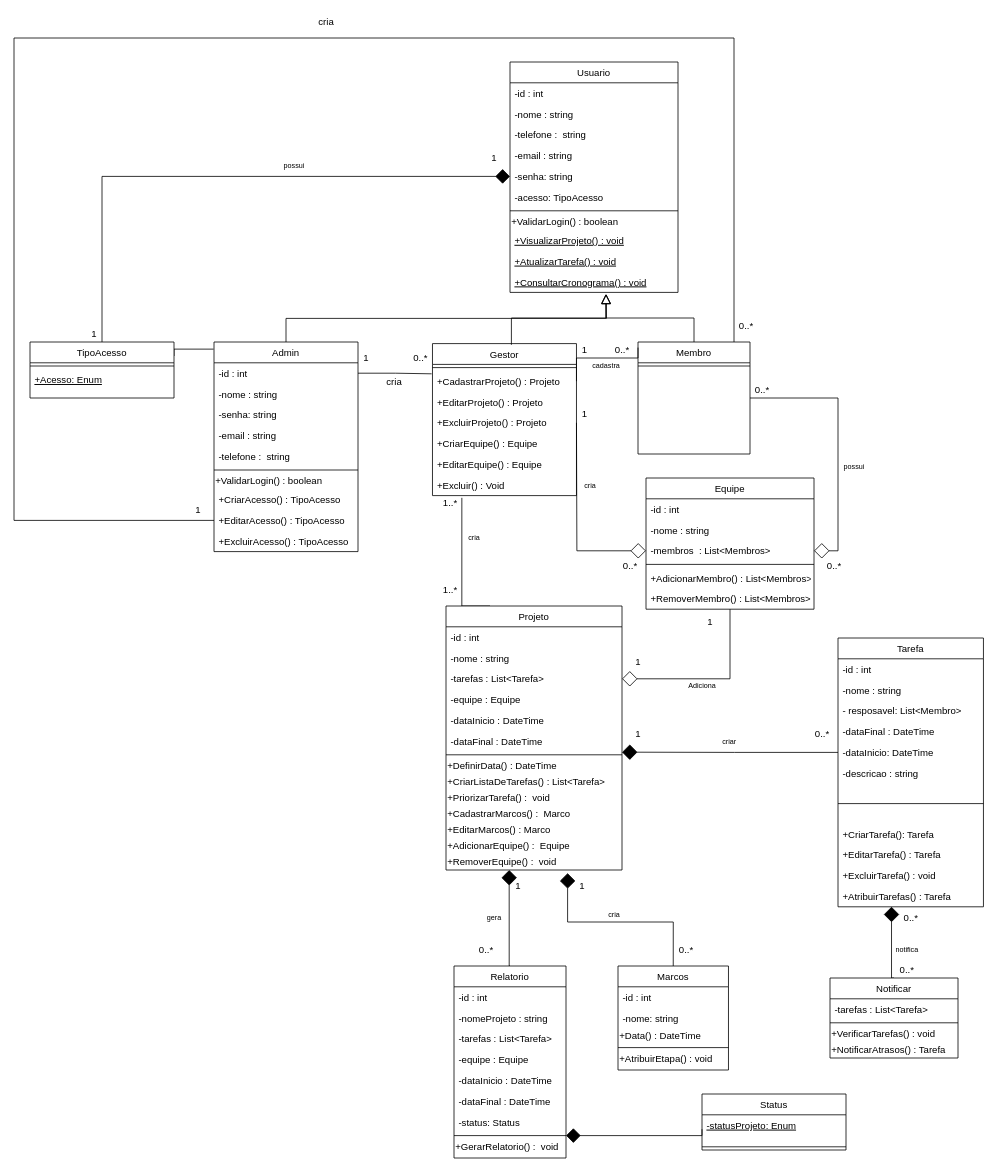
leoonn/Diagrama-de-classes keeps this draw.io diagram as Diagrama de classes/Diagrama de classes Tcc.drawio. Above is the earlier version. Source tidied: cells renumbered, new cells numbered last; positions are measured from the earlier drawing's top-left corner, leaving out a move shared by most shapes. Both pictures are drawn from the tidied source at 80%, with x=0, y=0 at pixel (14, 14).
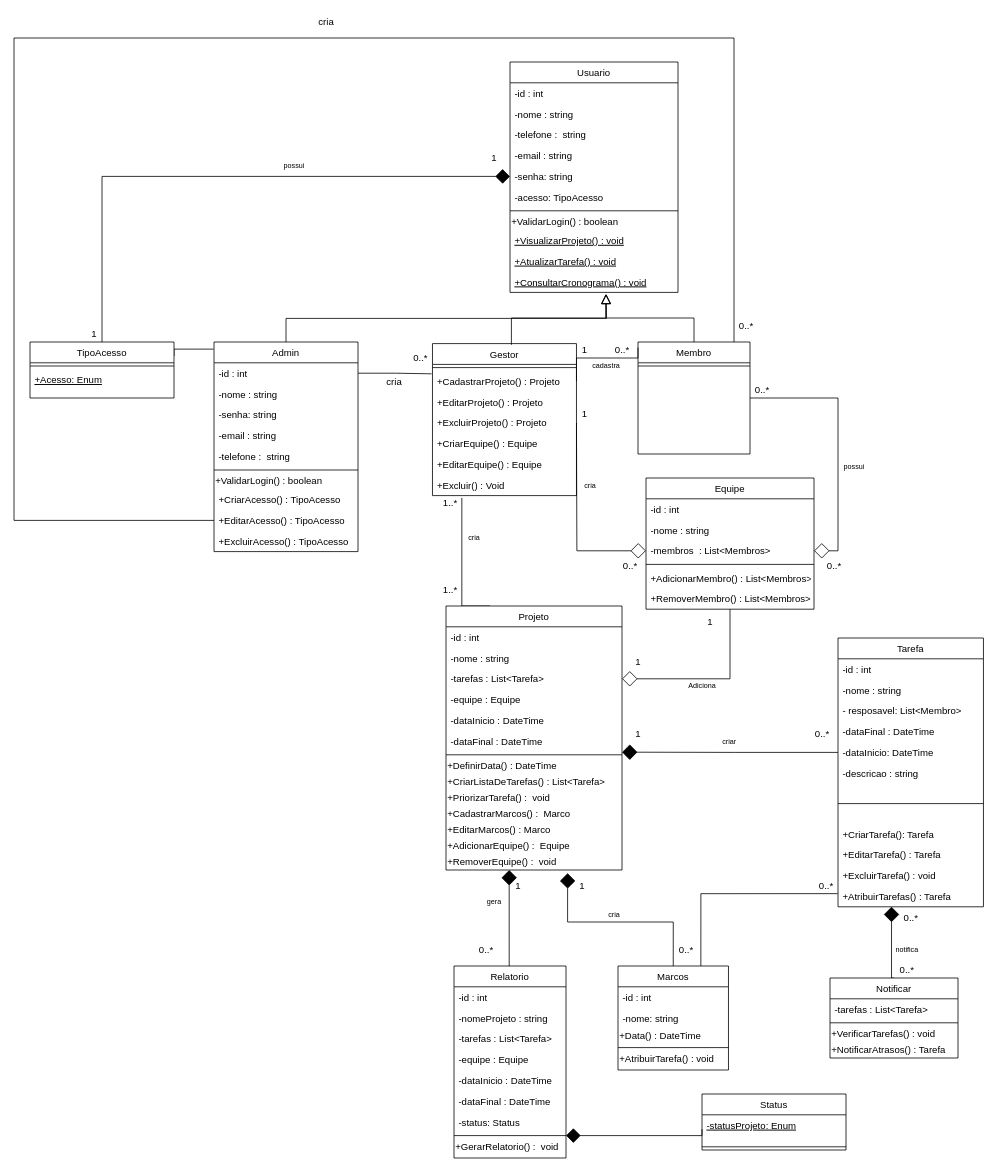
Above is the later version.

Commit message:
modificando o diagrama de classes

The change refers to these unchanged cells:
```xml
<mxCell id="55" value="+AtribuirTarefas() : Tarefa&#10;" style="text;align=left;verticalAlign=top;spacingLeft=4;spacingRight=4;overflow=hidden;points=[[0,0.5],[1,0.5]];portConstraint=eastwest;" parent="44" vertex="1">
  <mxGeometry y="310" width="181.8" height="26" as="geometry" />
</mxCell>
<mxCell id="77" value="Marcos" style="swimlane;fontStyle=0;align=center;verticalAlign=top;horizontal=1;startSize=26;rounded=0;shadow=0;strokeWidth=1;" parent="1" vertex="1">
  <mxGeometry x="755" y="1190" width="138.1" height="130" as="geometry" />
</mxCell>
```

Change to the diagram source:
```diff
@@
+    <mxCell id="153" style="edgeStyle=orthogonalEdgeStyle;rounded=0;jettySize=auto;html=1;exitX=0.75;exitY=0;exitDx=0;exitDy=0;entryX=-0.002;entryY=0.368;entryDx=0;entryDy=0;entryPerimeter=0;endArrow=none;endFill=0;endSize=16;" parent="1" edge="1" source="77" target="55">
+      <mxGeometry relative="1" as="geometry" />
+    </mxCell>
@@
-    <mxCell id="83" value="+AtribuirEtapa() : void" style="text;html=1;align=left;verticalAlign=middle;strokeColor=none;fillColor=none;" parent="77" vertex="1">
+    <mxCell id="83" value="+AtribuirTarefa() : void" style="text;html=1;align=left;verticalAlign=middle;strokeColor=none;fillColor=none;" parent="77" vertex="1">
       <mxGeometry y="106" width="138.1" height="20" as="geometry" />
     </mxCell>
@@
     <mxCell id="127" value="gera&lt;br&gt;" style="text;html=1;align=center;verticalAlign=middle;strokeColor=none;fillColor=none;fontSize=9;" parent="1" vertex="1">
-      <mxGeometry x="585" y="1120" width="30" height="20" as="geometry" />
+      <mxGeometry x="585" y="1100" width="30" height="20" as="geometry" />
     </mxCell>
@@
-    <mxCell id="141" value="1" style="text;html=1;align=center;verticalAlign=middle;strokeColor=none;fillColor=none;" parent="1" vertex="1">
-      <mxGeometry x="430" y="420" width="20" height="20" as="geometry" />
-    </mxCell>
@@
-    <mxCell id="146" value="1" style="text;html=1;align=center;verticalAlign=middle;strokeColor=none;fillColor=none;" parent="1" vertex="1">
-      <mxGeometry x="220" y="610" width="20" height="20" as="geometry" />
-    </mxCell>
@@
+    <mxCell id="154" value="0..*" style="text;html=1;align=center;verticalAlign=middle;strokeColor=none;fillColor=none;" parent="1" vertex="1">
+      <mxGeometry x="1000" y="1080" width="30" height="20" as="geometry" />
+    </mxCell>
```
